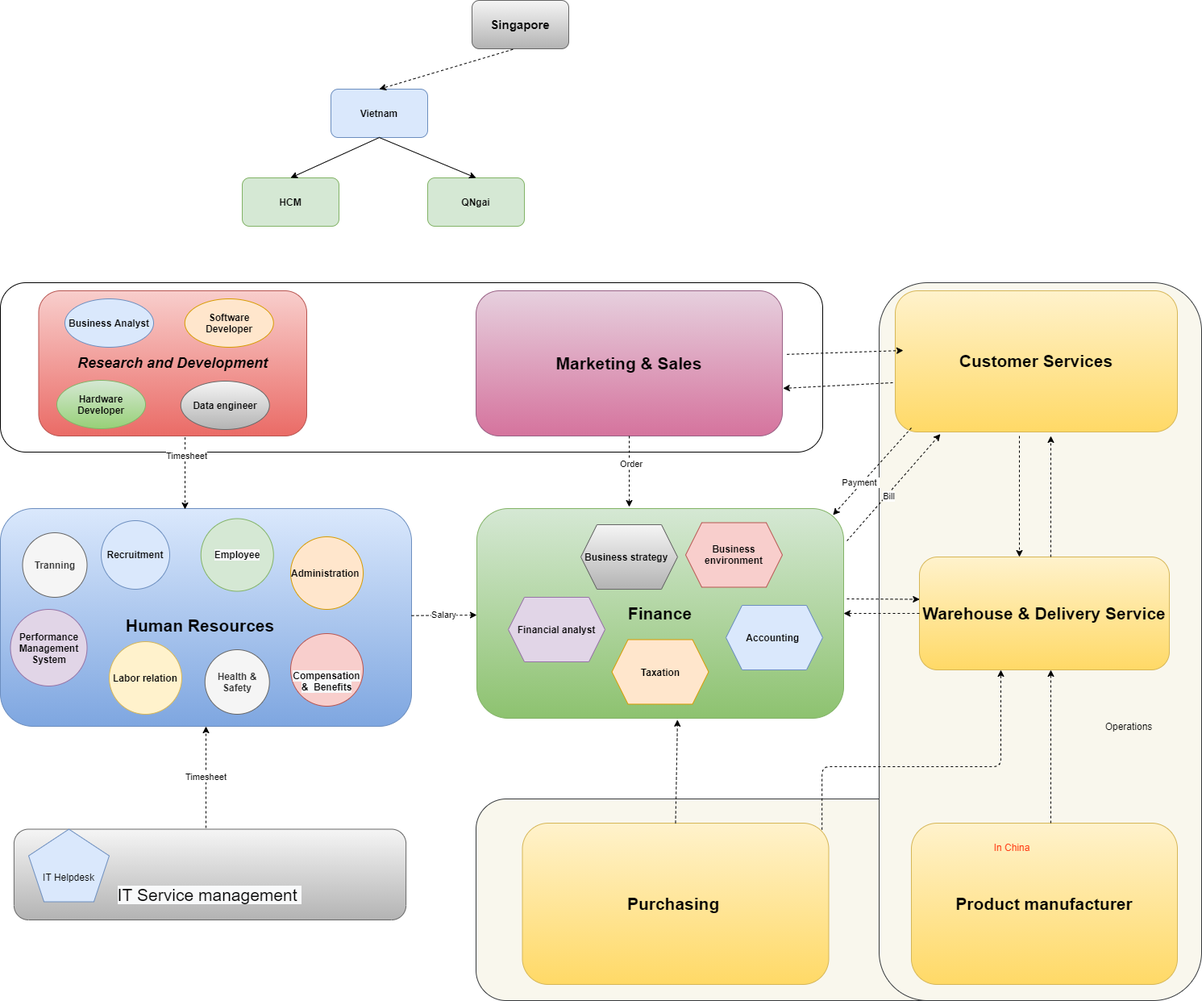
Above: 03_staff/01_image/Department_Organizational_chart-Org_Chart.png in letrthong/business (draw.io), before the change. Source tidied: cells renumbered, new cells last; positions are measured from the earlier drawing's top-left corner, leaving out a move shared by most shapes.
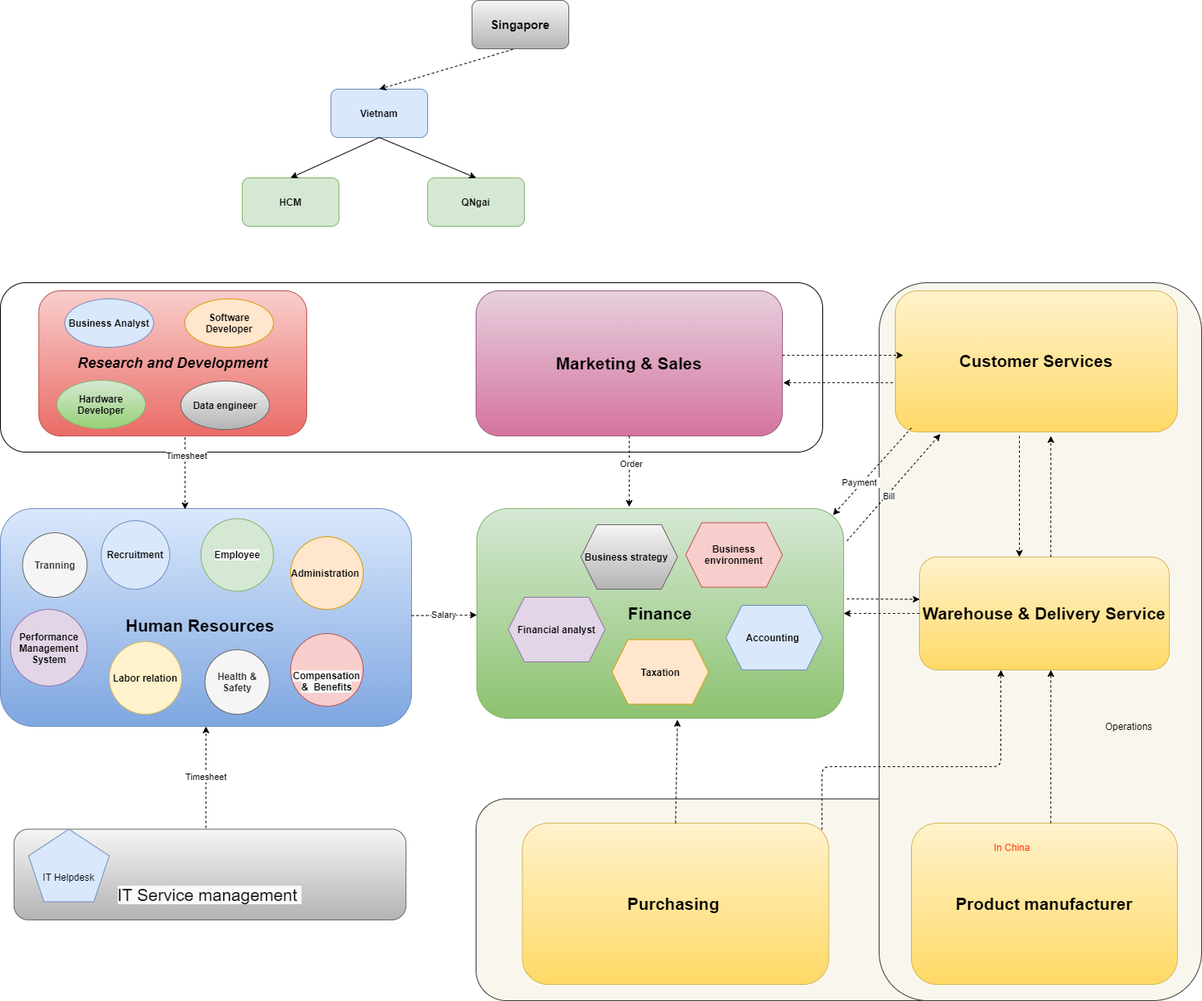
Above is the later version.

Change to the diagram source:
```diff
@@ -92,9 +92,10 @@
         <mxPoint x="1303" y="540" as="targetPoint" />
       </mxGeometry>
     </mxCell>
-    <mxCell id="30" style="endArrow=classic;html=1;dashed=1;exitX=1.015;exitY=0.438;exitDx=0;exitDy=0;exitPerimeter=0;" parent="1" edge="1" source="10">
+    <mxCell id="30" style="endArrow=classic;html=1;dashed=1;" parent="1" edge="1">
       <mxGeometry relative="1" as="geometry">
-        <mxPoint x="1120" y="434" as="targetPoint" />
+        <mxPoint x="970" y="440" as="sourcePoint" />
+        <mxPoint x="1120" y="440" as="targetPoint" />
       </mxGeometry>
     </mxCell>
     <mxCell id="31" style="endArrow=classic;html=1;dashed=1;entryX=0.16;entryY=1.015;entryDx=0;entryDy=0;entryPerimeter=0;exitX=1.009;exitY=0.154;exitDx=0;exitDy=0;exitPerimeter=0;" parent="1" edge="1" source="12" target="8">
@@ -120,9 +121,10 @@
         </Array>
       </mxGeometry>
     </mxCell>
-    <mxCell id="36" style="endArrow=classic;html=1;dashed=1;entryX=1.002;entryY=0.672;entryDx=0;entryDy=0;entryPerimeter=0;" parent="1" edge="1" target="10">
+    <mxCell id="36" style="endArrow=classic;html=1;dashed=1;" parent="1" edge="1">
       <mxGeometry relative="1" as="geometry">
         <mxPoint x="1107" y="474" as="sourcePoint" />
+        <mxPoint x="971" y="474" as="targetPoint" />
       </mxGeometry>
     </mxCell>
     <mxCell id="37" style="endArrow=classic;html=1;dashed=1;exitX=0.5;exitY=1;exitDx=0;exitDy=0;" parent="1" edge="1" source="10">
```
